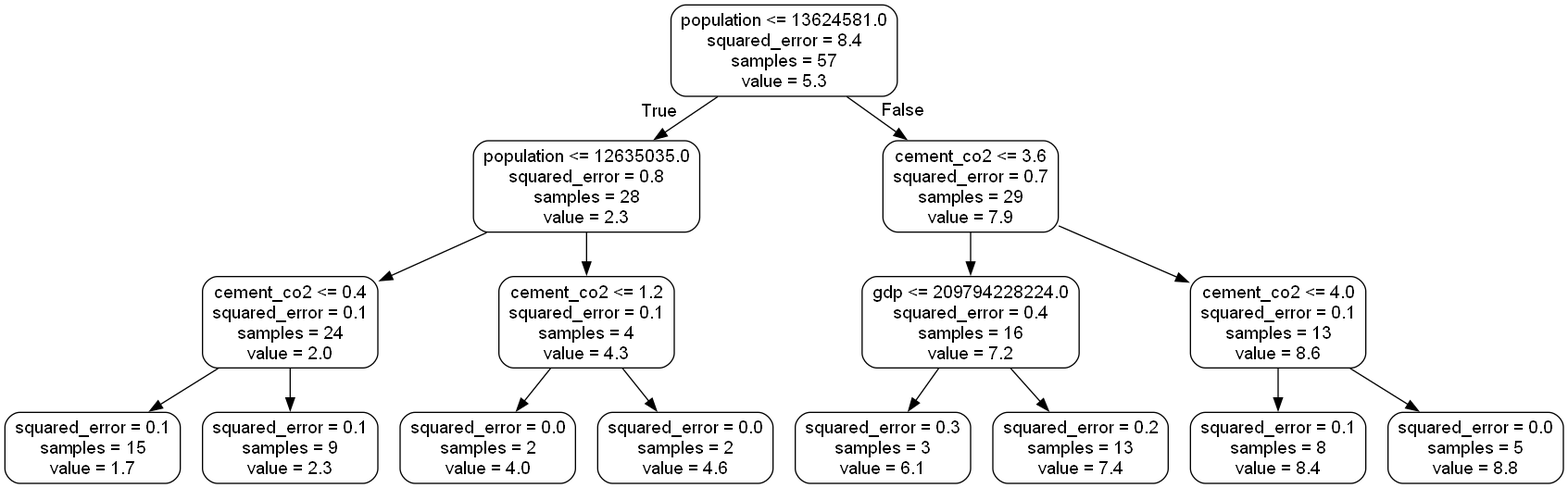
Above: small_tree.png in L-dos-Santos/final-project (Graphviz), before the change. Its source is kept beside it as small_tree.dot.
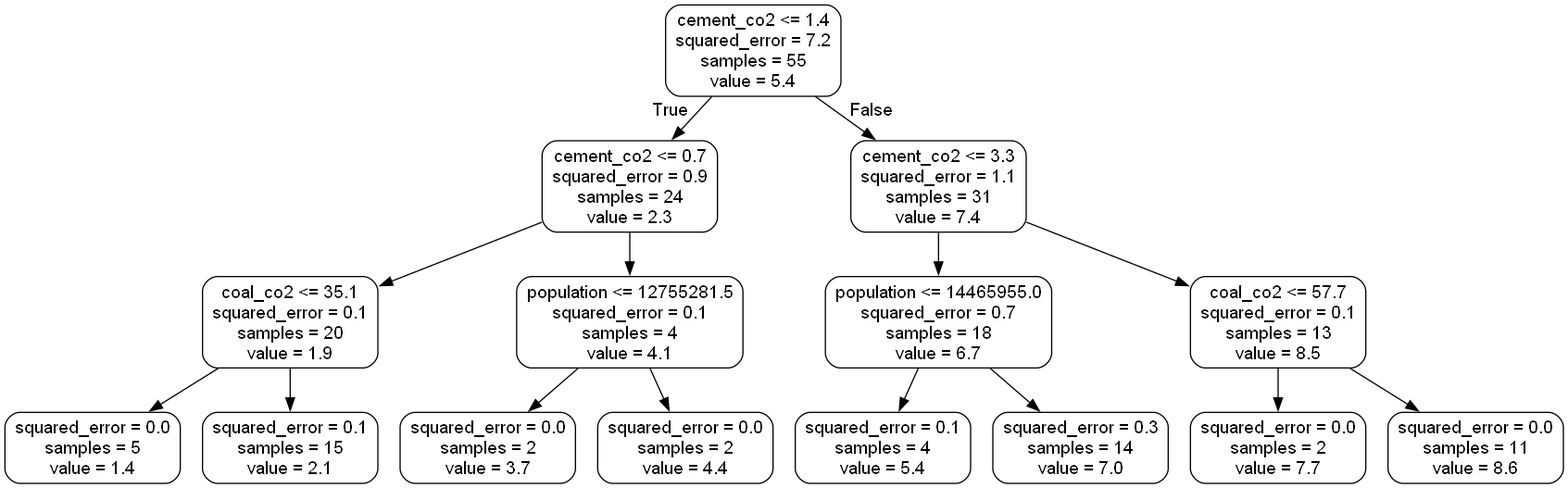
The same diagram one commit later.

What changed in the source:
```diff
@@ -1,33 +1,33 @@
 digraph Tree {
 node [shape=box, style="rounded", color="black", fontname="helvetica"] ;
 edge [fontname="helvetica"] ;
-0 [label="population <= 13624581.0\nsquared_error = 8.4\nsamples = 57\nvalue = 5.3"] ;
-1 [label="population <= 12635035.0\nsquared_error = 0.8\nsamples = 28\nvalue = 2.3"] ;
+0 [label="cement_co2 <= 1.4\nsquared_error = 7.2\nsamples = 55\nvalue = 5.4"] ;
+1 [label="cement_co2 <= 0.7\nsquared_error = 0.9\nsamples = 24\nvalue = 2.3"] ;
 0 -> 1 [labeldistance=2.5, labelangle=45, headlabel="True"] ;
-2 [label="cement_co2 <= 0.4\nsquared_error = 0.1\nsamples = 24\nvalue = 2.0"] ;
+2 [label="coal_co2 <= 35.1\nsquared_error = 0.1\nsamples = 20\nvalue = 1.9"] ;
 1 -> 2 ;
-3 [label="squared_error = 0.1\nsamples = 15\nvalue = 1.7"] ;
+3 [label="squared_error = 0.0\nsamples = 5\nvalue = 1.4"] ;
 2 -> 3 ;
-4 [label="squared_error = 0.1\nsamples = 9\nvalue = 2.3"] ;
+4 [label="squared_error = 0.1\nsamples = 15\nvalue = 2.1"] ;
 2 -> 4 ;
-5 [label="cement_co2 <= 1.2\nsquared_error = 0.1\nsamples = 4\nvalue = 4.3"] ;
+5 [label="population <= 12755281.5\nsquared_error = 0.1\nsamples = 4\nvalue = 4.1"] ;
 1 -> 5 ;
-6 [label="squared_error = 0.0\nsamples = 2\nvalue = 4.0"] ;
+6 [label="squared_error = 0.0\nsamples = 2\nvalue = 3.7"] ;
 5 -> 6 ;
-7 [label="squared_error = 0.0\nsamples = 2\nvalue = 4.6"] ;
+7 [label="squared_error = 0.0\nsamples = 2\nvalue = 4.4"] ;
 5 -> 7 ;
-8 [label="cement_co2 <= 3.6\nsquared_error = 0.7\nsamples = 29\nvalue = 7.9"] ;
+8 [label="cement_co2 <= 3.3\nsquared_error = 1.1\nsamples = 31\nvalue = 7.4"] ;
 0 -> 8 [labeldistance=2.5, labelangle=-45, headlabel="False"] ;
-9 [label="gdp <= 209794228224.0\nsquared_error = 0.4\nsamples = 16\nvalue = 7.2"] ;
+9 [label="population <= 14465955.0\nsquared_error = 0.7\nsamples = 18\nvalue = 6.7"] ;
 8 -> 9 ;
-10 [label="squared_error = 0.3\nsamples = 3\nvalue = 6.1"] ;
+10 [label="squared_error = 0.1\nsamples = 4\nvalue = 5.4"] ;
 9 -> 10 ;
-11 [label="squared_error = 0.2\nsamples = 13\nvalue = 7.4"] ;
+11 [label="squared_error = 0.3\nsamples = 14\nvalue = 7.0"] ;
 9 -> 11 ;
-12 [label="cement_co2 <= 4.0\nsquared_error = 0.1\nsamples = 13\nvalue = 8.6"] ;
+12 [label="coal_co2 <= 57.7\nsquared_error = 0.1\nsamples = 13\nvalue = 8.5"] ;
 8 -> 12 ;
-13 [label="squared_error = 0.1\nsamples = 8\nvalue = 8.4"] ;
+13 [label="squared_error = 0.0\nsamples = 2\nvalue = 7.7"] ;
 12 -> 13 ;
-14 [label="squared_error = 0.0\nsamples = 5\nvalue = 8.8"] ;
+14 [label="squared_error = 0.0\nsamples = 11\nvalue = 8.6"] ;
 12 -> 14 ;
 }
```
